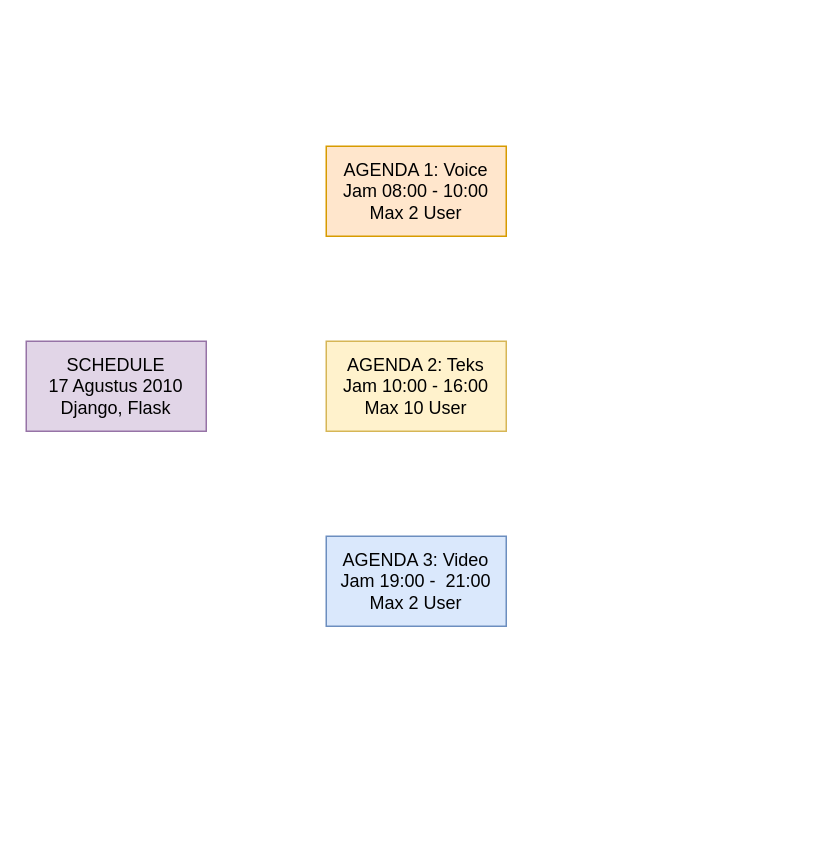
Earlier version of the draw.io diagram Untitled Diagram.drawio (PUYUP/sputnik). Source tidied: cells renumbered, new cells numbered last; positions are measured from the earlier drawing's top-left corner, leaving out a move shared by most shapes. Both pictures are drawn from the tidied source at 150%, with x=0, y=0 at pixel (26, 146).
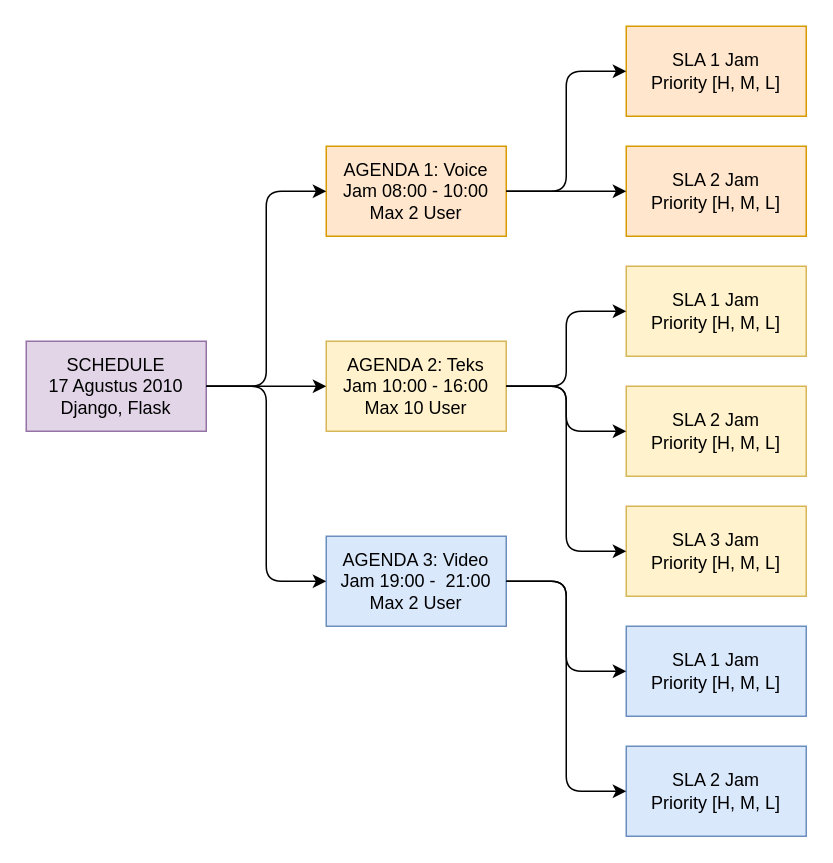
The same page after the edit.

Unchanged cells that the change refers to:
```xml
<mxCell id="2" value="SCHEDULE&lt;br&gt;17 Agustus 2010&lt;br&gt;Django, Flask" style="rounded=0;whiteSpace=wrap;html=1;fillColor=#e1d5e7;strokeColor=#9673a6;" parent="1" vertex="1">
  <mxGeometry y="130" width="120" height="60" as="geometry" />
</mxCell>
<mxCell id="3" value="AGENDA 1: Voice&lt;br&gt;Jam 08:00 - 10:00&lt;br&gt;Max 2 User" style="rounded=0;whiteSpace=wrap;html=1;fillColor=#ffe6cc;strokeColor=#d79b00;" parent="1" vertex="1">
  <mxGeometry x="200" width="120" height="60" as="geometry" />
</mxCell>
<mxCell id="4" value="AGENDA 2: Teks&lt;br&gt;Jam 10:00 - 16:00&lt;br&gt;Max 10 User" style="rounded=0;whiteSpace=wrap;html=1;fillColor=#fff2cc;strokeColor=#d6b656;" parent="1" vertex="1">
  <mxGeometry x="200" y="130" width="120" height="60" as="geometry" />
</mxCell>
<mxCell id="5" value="AGENDA 3: Video&lt;br&gt;Jam 19:00 -&amp;nbsp; 21:00&lt;br&gt;Max 2 User" style="rounded=0;whiteSpace=wrap;html=1;fillColor=#dae8fc;strokeColor=#6c8ebf;" parent="1" vertex="1">
  <mxGeometry x="200" y="260" width="120" height="60" as="geometry" />
</mxCell>
```

Change to the diagram source:
```diff
@@
+    <mxCell id="6" value="SLA 1 Jam&lt;br&gt;Priority [H, M, L]" style="rounded=0;whiteSpace=wrap;html=1;fillColor=#ffe6cc;strokeColor=#d79b00;" parent="1" vertex="1">
+      <mxGeometry x="400" y="-80" width="120" height="60" as="geometry" />
+    </mxCell>
+    <mxCell id="7" value="SLA 2 Jam&lt;br&gt;Priority [H, M, L]" style="rounded=0;whiteSpace=wrap;html=1;fillColor=#ffe6cc;strokeColor=#d79b00;" parent="1" vertex="1">
+      <mxGeometry x="400" width="120" height="60" as="geometry" />
+    </mxCell>
+    <mxCell id="8" style="endArrow=classic;html=1;exitX=1;exitY=0.5;exitDx=0;exitDy=0;entryX=0;entryY=0.5;entryDx=0;entryDy=0;edgeStyle=orthogonalEdgeStyle;" parent="1" edge="1" source="2" target="3">
+      <mxGeometry relative="1" as="geometry" />
+    </mxCell>
+    <mxCell id="9" style="endArrow=classic;html=1;exitX=1;exitY=0.5;exitDx=0;exitDy=0;entryX=0;entryY=0.5;entryDx=0;entryDy=0;edgeStyle=orthogonalEdgeStyle;" parent="1" edge="1" source="2" target="4">
+      <mxGeometry relative="1" as="geometry" />
+    </mxCell>
+    <mxCell id="10" style="endArrow=classic;html=1;exitX=1;exitY=0.5;exitDx=0;exitDy=0;entryX=0;entryY=0.5;entryDx=0;entryDy=0;edgeStyle=orthogonalEdgeStyle;" parent="1" edge="1" source="2" target="5">
+      <mxGeometry relative="1" as="geometry" />
+    </mxCell>
+    <mxCell id="11" style="endArrow=classic;html=1;exitX=1;exitY=0.5;exitDx=0;exitDy=0;entryX=0;entryY=0.5;entryDx=0;entryDy=0;edgeStyle=orthogonalEdgeStyle;" parent="1" edge="1" source="3" target="6">
+      <mxGeometry relative="1" as="geometry" />
+    </mxCell>
+    <mxCell id="12" style="endArrow=classic;html=1;exitX=1;exitY=0.5;exitDx=0;exitDy=0;entryX=0;entryY=0.5;entryDx=0;entryDy=0;" parent="1" edge="1" source="3" target="7">
+      <mxGeometry relative="1" as="geometry" />
+    </mxCell>
+    <mxCell id="13" value="SLA 1 Jam&lt;br&gt;Priority [H, M, L]" style="rounded=0;whiteSpace=wrap;html=1;fillColor=#fff2cc;strokeColor=#d6b656;" parent="1" vertex="1">
+      <mxGeometry x="400" y="80" width="120" height="60" as="geometry" />
+    </mxCell>
+    <mxCell id="14" value="SLA 2 Jam&lt;br&gt;Priority [H, M, L]" style="rounded=0;whiteSpace=wrap;html=1;fillColor=#fff2cc;strokeColor=#d6b656;" parent="1" vertex="1">
+      <mxGeometry x="400" y="160" width="120" height="60" as="geometry" />
+    </mxCell>
+    <mxCell id="15" value="SLA 3 Jam&lt;br&gt;Priority [H, M, L]" style="rounded=0;whiteSpace=wrap;html=1;fillColor=#fff2cc;strokeColor=#d6b656;" parent="1" vertex="1">
+      <mxGeometry x="400" y="240" width="120" height="60" as="geometry" />
+    </mxCell>
+    <mxCell id="16" style="endArrow=classic;html=1;exitX=1;exitY=0.5;exitDx=0;exitDy=0;entryX=0;entryY=0.5;entryDx=0;entryDy=0;edgeStyle=orthogonalEdgeStyle;" parent="1" edge="1" source="4" target="13">
+      <mxGeometry relative="1" as="geometry" />
+    </mxCell>
+    <mxCell id="17" style="endArrow=classic;html=1;exitX=1;exitY=0.5;exitDx=0;exitDy=0;entryX=0;entryY=0.5;entryDx=0;entryDy=0;edgeStyle=orthogonalEdgeStyle;" parent="1" edge="1" source="4" target="14">
+      <mxGeometry relative="1" as="geometry" />
+    </mxCell>
+    <mxCell id="18" style="endArrow=classic;html=1;exitX=1;exitY=0.5;exitDx=0;exitDy=0;entryX=0;entryY=0.5;entryDx=0;entryDy=0;edgeStyle=orthogonalEdgeStyle;" parent="1" edge="1" source="4" target="15">
+      <mxGeometry relative="1" as="geometry" />
+    </mxCell>
+    <mxCell id="19" value="SLA 1 Jam&lt;br&gt;Priority [H, M, L]" style="rounded=0;whiteSpace=wrap;html=1;fillColor=#dae8fc;strokeColor=#6c8ebf;" parent="1" vertex="1">
+      <mxGeometry x="400" y="320" width="120" height="60" as="geometry" />
+    </mxCell>
+    <mxCell id="20" value="SLA 2 Jam&lt;br&gt;Priority [H, M, L]" style="rounded=0;whiteSpace=wrap;html=1;fillColor=#dae8fc;strokeColor=#6c8ebf;" parent="1" vertex="1">
+      <mxGeometry x="400" y="400" width="120" height="60" as="geometry" />
+    </mxCell>
+    <mxCell id="21" style="endArrow=classic;html=1;exitX=1;exitY=0.5;exitDx=0;exitDy=0;entryX=0;entryY=0.5;entryDx=0;entryDy=0;edgeStyle=orthogonalEdgeStyle;" parent="1" edge="1" source="5" target="19">
+      <mxGeometry relative="1" as="geometry" />
+    </mxCell>
+    <mxCell id="22" style="endArrow=classic;html=1;exitX=1;exitY=0.5;exitDx=0;exitDy=0;entryX=0;entryY=0.5;entryDx=0;entryDy=0;edgeStyle=orthogonalEdgeStyle;" parent="1" edge="1" source="5" target="20">
+      <mxGeometry relative="1" as="geometry" />
+    </mxCell>
```
